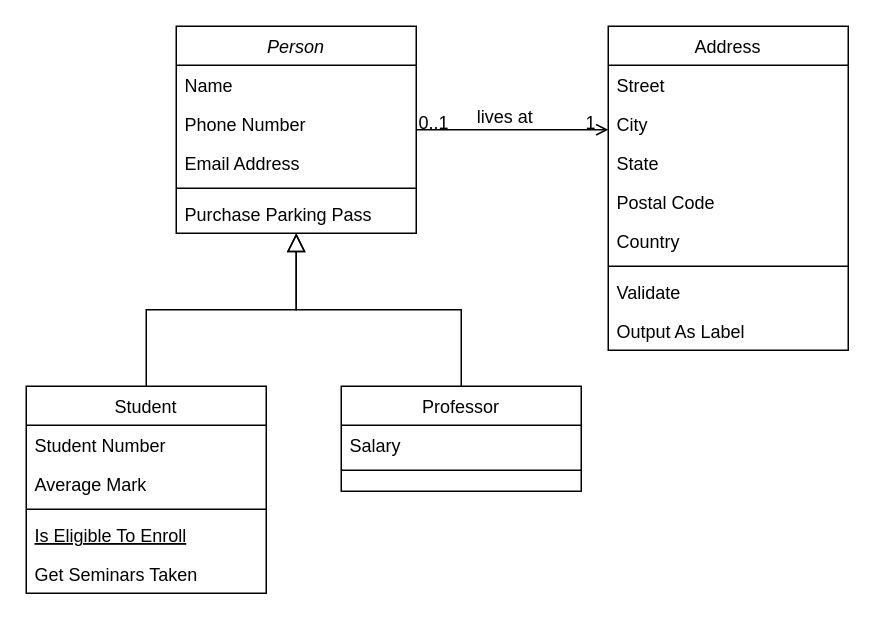
The draw.io diagram UE编辑器样条组件类图.drawio in hhw-cainiao/draw, before the edit. Source tidied: cells renumbered, new cells numbered last; positions are measured from the earlier drawing's top-left corner, leaving out a move shared by most shapes. Both pictures are drawn from the tidied source at 150%, with x=0, y=0 at pixel (26, 26).
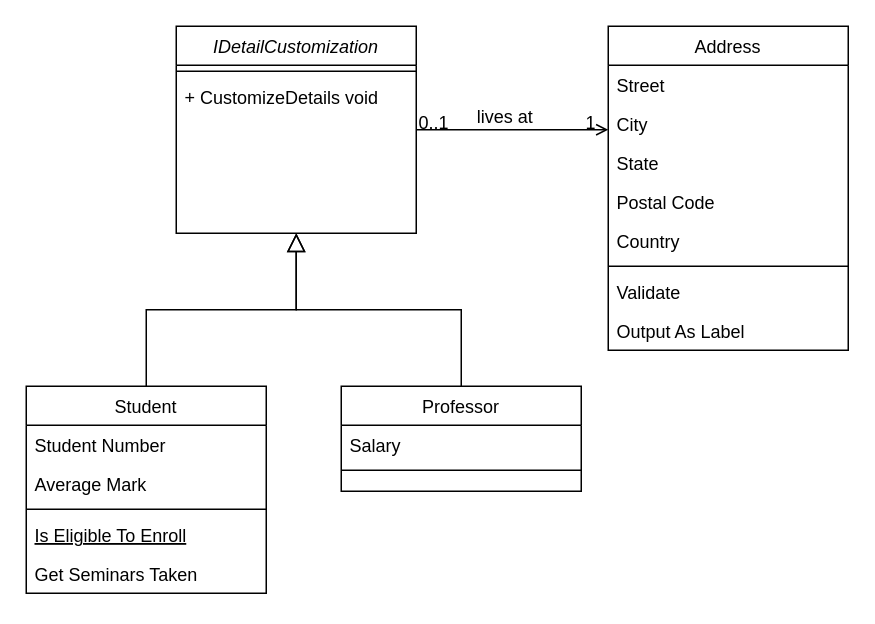
The same diagram, later.

Commit message (it also covers changes not shown here):
更新UE编辑器样条组件类图.drawio

Diff of the diagram source:
```diff
@@
-    <mxCell id="2" value="Person" style="swimlane;fontStyle=2;align=center;verticalAlign=top;horizontal=1;startSize=26;rounded=0;shadow=0;strokeWidth=1;" parent="1" vertex="1">
+    <mxCell id="2" value="IDetailCustomization" style="swimlane;fontStyle=2;align=center;verticalAlign=top;horizontal=1;startSize=26;rounded=0;shadow=0;strokeWidth=1;" parent="1" vertex="1">
       <mxGeometry x="100" width="160" height="138" as="geometry" />
     </mxCell>
-    <mxCell id="3" value="Name" style="text;align=left;verticalAlign=top;spacingLeft=4;spacingRight=4;overflow=hidden;" parent="2" vertex="1">
-      <mxGeometry y="26" width="160" height="26" as="geometry" />
-    </mxCell>
-    <mxCell id="4" value="Phone Number" style="text;align=left;verticalAlign=top;spacingLeft=4;spacingRight=4;overflow=hidden;rounded=0;shadow=0;html=0;" parent="2" vertex="1">
-      <mxGeometry y="52" width="160" height="26" as="geometry" />
-    </mxCell>
-    <mxCell id="5" value="Email Address" style="text;align=left;verticalAlign=top;spacingLeft=4;spacingRight=4;overflow=hidden;rounded=0;shadow=0;html=0;" parent="2" vertex="1">
-      <mxGeometry y="78" width="160" height="26" as="geometry" />
-    </mxCell>
     <mxCell id="6" style="line;html=1;strokeWidth=1;align=left;verticalAlign=middle;spacingTop=-1;spacingLeft=3;spacingRight=3;labelPosition=right;" parent="2" vertex="1">
-      <mxGeometry y="104" width="160" height="8" as="geometry" />
+      <mxGeometry y="26" width="160" height="8" as="geometry" />
     </mxCell>
-    <mxCell id="7" value="Purchase Parking Pass" style="text;align=left;verticalAlign=top;spacingLeft=4;spacingRight=4;overflow=hidden;" parent="2" vertex="1">
-      <mxGeometry y="112" width="160" height="26" as="geometry" />
+    <mxCell id="7" value="+ CustomizeDetails void" style="text;align=left;verticalAlign=top;spacingLeft=4;spacingRight=4;overflow=hidden;" parent="2" vertex="1">
+      <mxGeometry y="34" width="160" height="26" as="geometry" />
     </mxCell>
```
